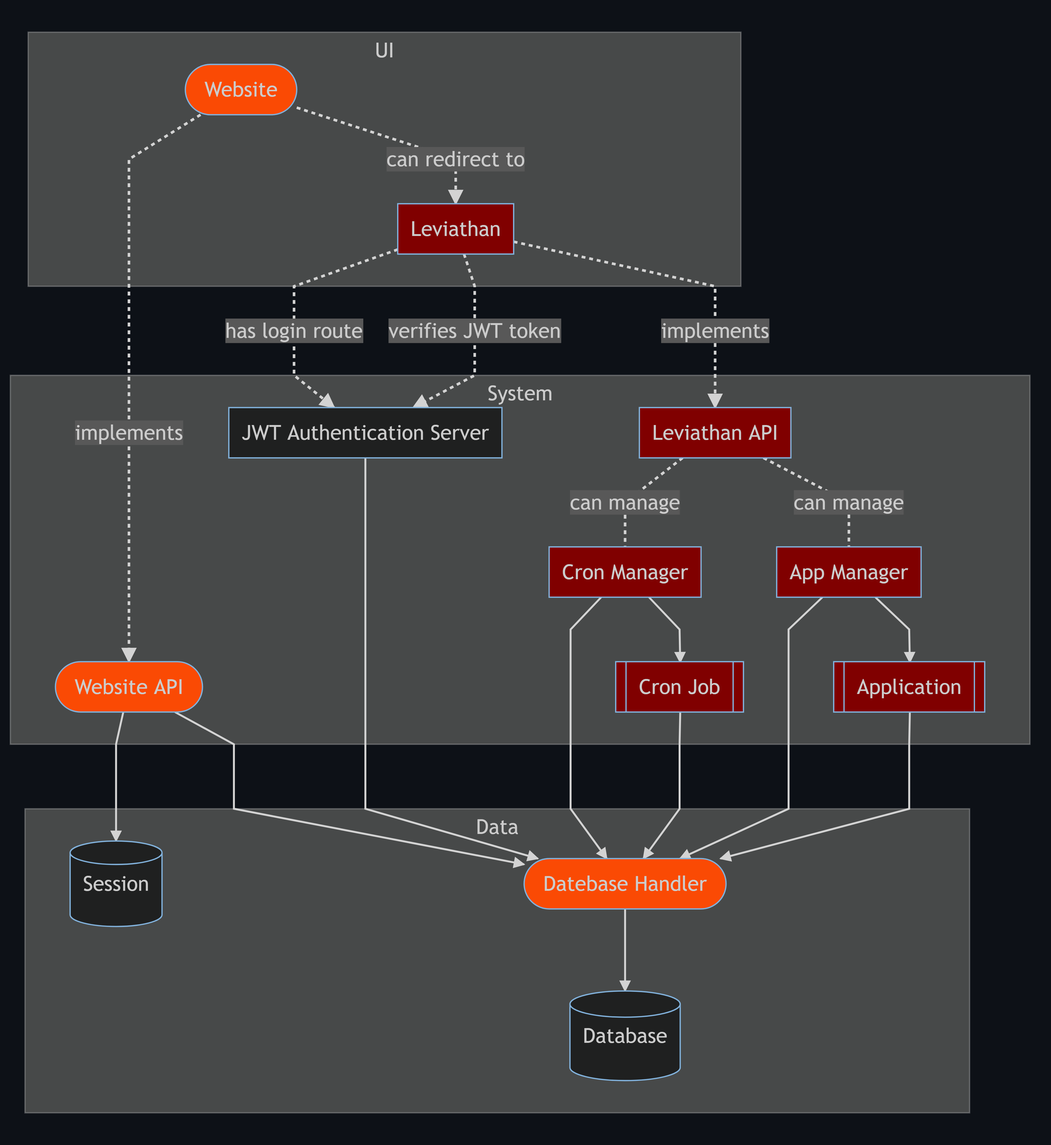
Above: documentation/diagrams/domain.png in olivernybo/leviathan (Mermaid), before the change. Its source is kept beside it as documentation/diagrams/domain.mmd.
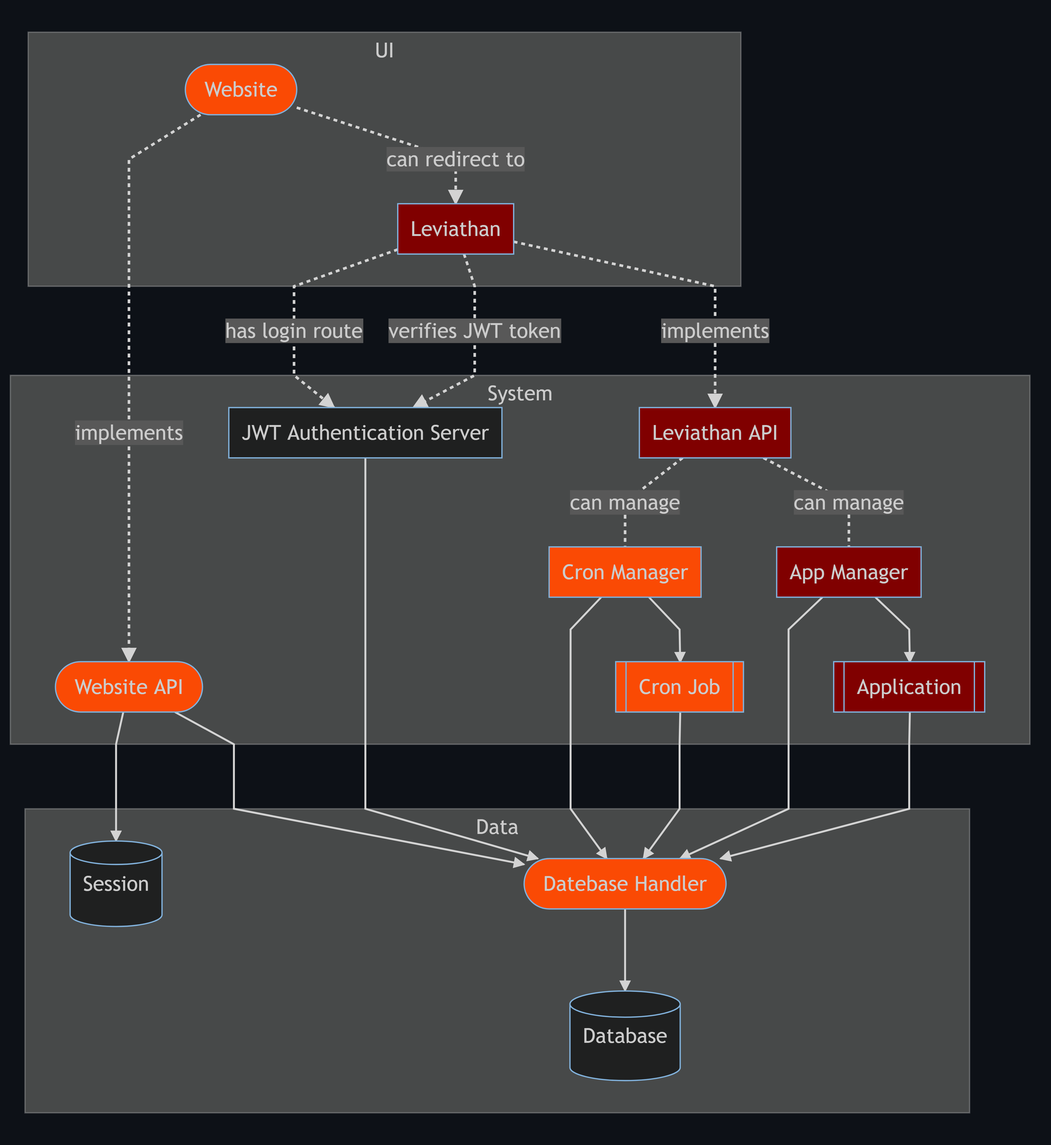
The same file after the commit.

Commit message:
updated domain diagram to show what is being worked on

What changed in the source:
```diff
@@ -17,8 +17,8 @@
 	jwt[JWT Authentication Server]
 	webapi([Website API]):::IN_PROGRESS
 	levapi[Leviathan API]:::TODO
-	cronmanager[Cron Manager]:::TODO
-	cronjob[[Cron Job]]:::TODO
+	cronmanager[Cron Manager]:::IN_PROGRESS
+	cronjob[[Cron Job]]:::IN_PROGRESS
 	appmanager[App Manager]:::TODO
 	app[[Application]]:::TODO
 	end
```
